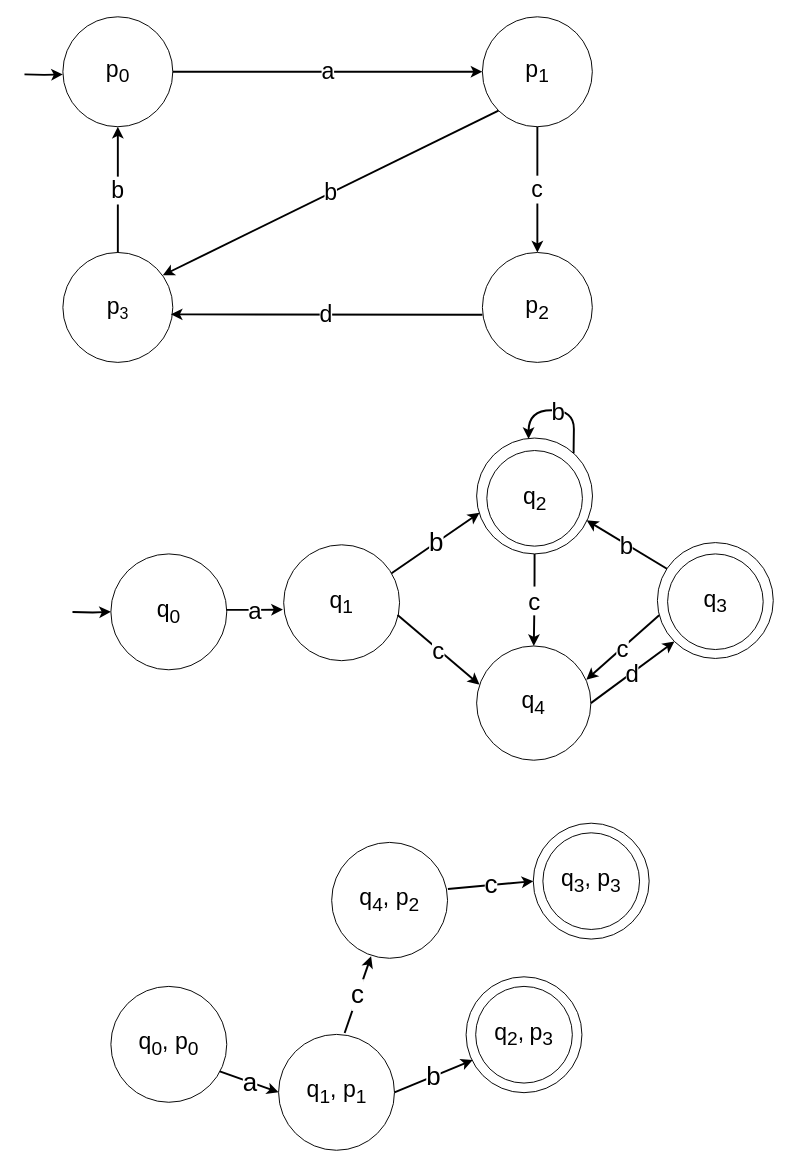
The draw.io diagram thesisdrawing.drawio in olliglorioso/datasets, before the edit. Source tidied: cells renumbered, new cells numbered last; positions are measured from the earlier drawing's top-left corner, leaving out a move shared by most shapes. Both pictures are drawn from the tidied source at 96%, with x=0, y=0 at pixel (24, 16).
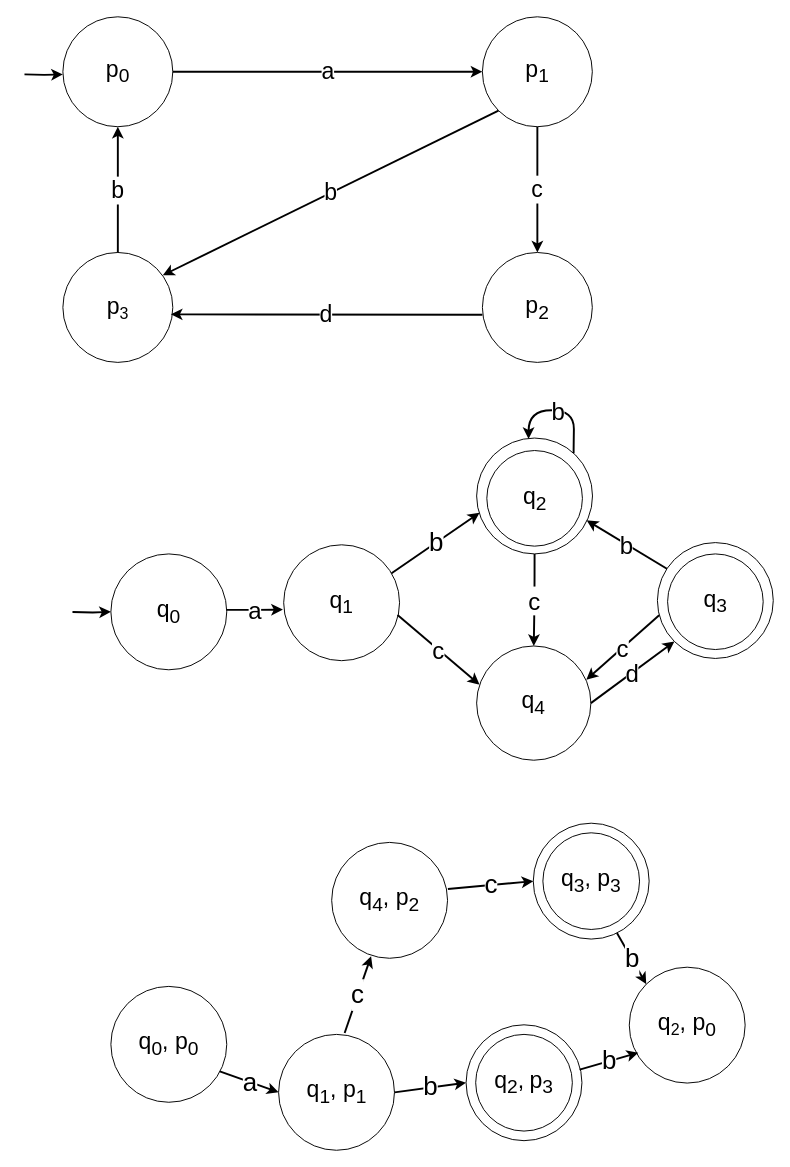
Above is the later version.

Unchanged cells that the change refers to:
```xml
<mxCell id="35" value="&lt;span style=&quot;font-size: 24px;&quot;&gt;q&lt;sub&gt;1&lt;/sub&gt;, p&lt;sub&gt;1&lt;/sub&gt;&lt;/span&gt;" style="ellipse;whiteSpace=wrap;html=1;" parent="1" vertex="1">
  <mxGeometry x="264.7" y="1060" width="120.7" height="120.7" as="geometry" />
</mxCell>
<mxCell id="40" value="&lt;span style=&quot;font-size: 24px;&quot;&gt;q&lt;sub&gt;3&lt;/sub&gt;, p&lt;sub&gt;3&lt;br&gt;&lt;/sub&gt;&lt;/span&gt;" style="ellipse;whiteSpace=wrap;html=1;fillColor=none;" parent="1" vertex="1">
  <mxGeometry x="530" y="840" width="120.7" height="120.7" as="geometry" />
</mxCell>
```

What changed in the source:
```diff
@@
     <mxCell id="2" style="ellipse;whiteSpace=wrap;html=1;fillColor=none;" parent="1" vertex="1">
-      <mxGeometry x="470" y="1010" width="100.7" height="100.7" as="geometry" />
+      <mxGeometry x="470" y="1060" width="100.7" height="100.7" as="geometry" />
     </mxCell>
@@
     <mxCell id="37" value="&lt;span style=&quot;font-size: 24px;&quot;&gt;q&lt;sub&gt;2&lt;/sub&gt;,&lt;sub&gt; &lt;/sub&gt;p&lt;sub&gt;3&lt;/sub&gt;&lt;/span&gt;" style="ellipse;whiteSpace=wrap;html=1;fillColor=none;" parent="1" vertex="1">
-      <mxGeometry x="460" y="1000" width="120.7" height="120.7" as="geometry" />
+      <mxGeometry x="460" y="1050" width="120.7" height="120.7" as="geometry" />
     </mxCell>
-    <mxCell id="38" value="&lt;font style=&quot;font-size: 27px;&quot;&gt;b&lt;/font&gt;" style="endArrow=classic;html=1;rounded=0;entryX=0.057;entryY=0.718;entryDx=0;entryDy=0;exitX=1;exitY=0.5;exitDx=0;exitDy=0;strokeWidth=2;startArrow=none;startFill=0;endFill=1;entryPerimeter=0;" parent="1" edge="1" source="35" target="37">
+    <mxCell id="38" value="&lt;font style=&quot;font-size: 27px;&quot;&gt;b&lt;/font&gt;" style="endArrow=classic;html=1;rounded=0;entryX=0;entryY=0.5;entryDx=0;entryDy=0;exitX=1;exitY=0.5;exitDx=0;exitDy=0;strokeWidth=2;startArrow=none;startFill=0;endFill=1;" parent="1" edge="1" source="35" target="37">
       <mxGeometry relative="1" as="geometry" />
     </mxCell>
@@
+    <mxCell id="43" value="&lt;span style=&quot;font-size: 24px;&quot;&gt;q&lt;/span&gt;&lt;span style=&quot;font-size: 20px;&quot;&gt;&lt;sub&gt;2&lt;/sub&gt;&lt;/span&gt;&lt;span style=&quot;font-size: 24px;&quot;&gt;, p&lt;sub&gt;0&lt;/sub&gt;&lt;/span&gt;" style="ellipse;whiteSpace=wrap;html=1;" parent="1" vertex="1">
+      <mxGeometry x="630" y="990" width="120.7" height="120.7" as="geometry" />
+    </mxCell>
+    <mxCell id="44" value="&lt;font style=&quot;font-size: 27px;&quot;&gt;b&lt;/font&gt;" style="endArrow=classic;html=1;rounded=0;entryX=0;entryY=0;entryDx=0;entryDy=0;exitX=0.722;exitY=0.948;exitDx=0;exitDy=0;strokeWidth=2;startArrow=none;startFill=0;endFill=1;exitPerimeter=0;" parent="1" edge="1" source="40" target="43">
+      <mxGeometry relative="1" as="geometry" />
+    </mxCell>
+    <mxCell id="45" value="&lt;font style=&quot;font-size: 27px;&quot;&gt;b&lt;/font&gt;" style="endArrow=classic;html=1;rounded=0;entryX=0.078;entryY=0.738;entryDx=0;entryDy=0;exitX=0.98;exitY=0.387;exitDx=0;exitDy=0;strokeWidth=2;startArrow=none;startFill=0;endFill=1;exitPerimeter=0;entryPerimeter=0;" parent="1" edge="1" source="37" target="43">
+      <mxGeometry relative="1" as="geometry" />
+    </mxCell>
```
